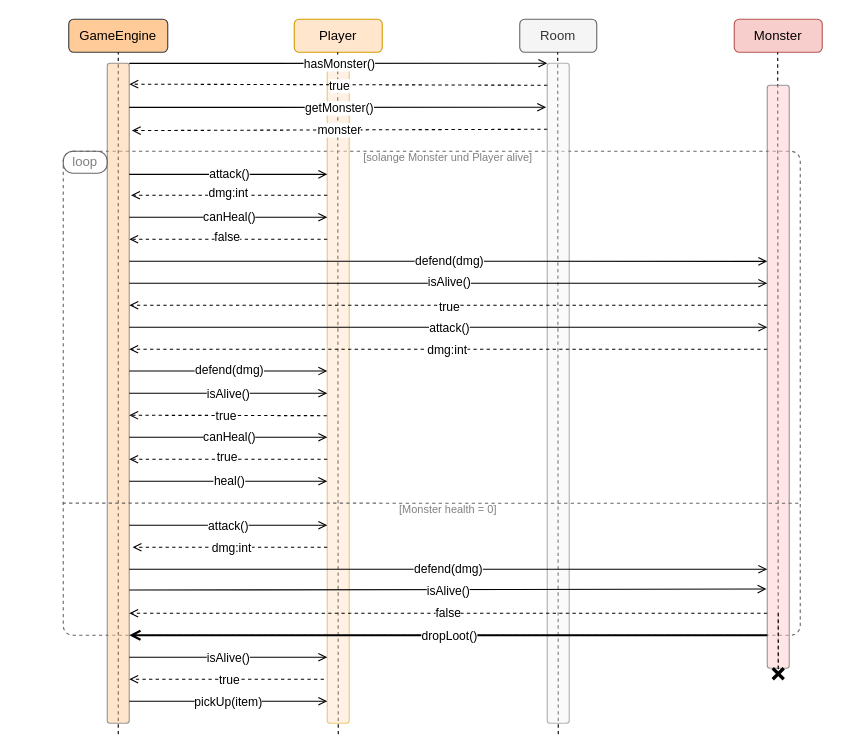
The draw.io diagram Diagrams/DungeonAdventure_KampfSequenzdiagramm.drawio in V1perZerofy/uml_project, before the edit. Source tidied: cells renumbered, new cells numbered last; positions are measured from the earlier drawing's top-left corner, leaving out a move shared by most shapes. Both pictures are drawn from the tidied source at 110%, with x=0, y=0 at pixel (63, 19).
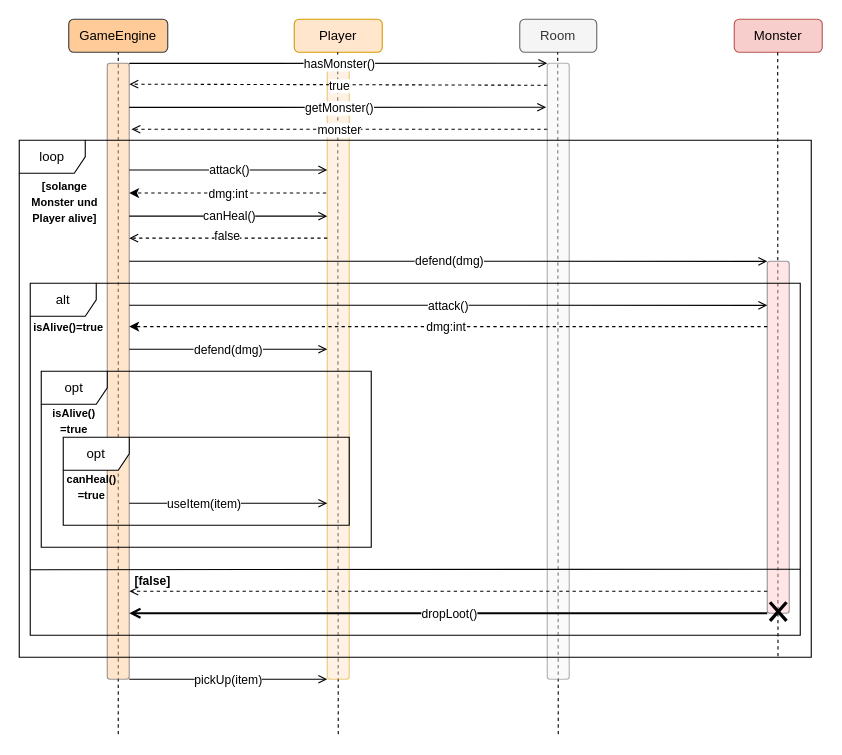
After the change.

Commit message (it also covers changes not shown here):
added Zustandsdiagramm to Diagrams

The edit, as a diff of the source:
```diff
@@
-    <mxCell id="2" style="rounded=1;whiteSpace=wrap;html=1;arcSize=2;dashed=1;fillColor=none;align=left;verticalAlign=top;fontColor=#333333;strokeColor=#666666;" parent="1" vertex="1">
-      <mxGeometry y="120" width="670" height="440" as="geometry" />
-    </mxCell>
@@
-    <mxCell id="10" style="endArrow=none;dashed=1;html=1;rounded=0;entryX=0.5;entryY=1;entryDx=0;entryDy=0;" parent="1" edge="1" source="53">
+    <mxCell id="10" style="endArrow=none;dashed=1;html=1;rounded=0;entryX=0.5;entryY=1;entryDx=0;entryDy=0;exitX=0.958;exitY=0.998;exitDx=0;exitDy=0;exitPerimeter=0;" parent="1" edge="1" source="54">
       <mxGeometry relative="1" as="geometry">
         <mxPoint x="649.5" y="30" as="targetPoint" />
       </mxGeometry>
     </mxCell>
     <mxCell id="11" style="rounded=1;whiteSpace=wrap;html=1;arcSize=12;fillColor=#ffcc99;opacity=50;strokeColor=#36393d;" parent="1" vertex="1">
-      <mxGeometry x="40" y="40" width="20" height="600" as="geometry" />
+      <mxGeometry x="40" y="40" width="20" height="560" as="geometry" />
     </mxCell>
+    <mxCell id="77" style="edgeStyle=none;html=1;dashed=1;" parent="1" edge="1">
+      <mxGeometry relative="1" as="geometry">
+        <mxPoint x="239" y="158" as="sourcePoint" />
+        <mxPoint x="60" y="158" as="targetPoint" />
+      </mxGeometry>
+    </mxCell>
+    <mxCell id="78" value="dmg:int" style="edgeLabel;html=1;align=center;verticalAlign=middle;" parent="77" vertex="1">
+      <mxGeometry x="0.01" relative="1" as="geometry" />
+    </mxCell>
     <mxCell id="12" style="rounded=1;whiteSpace=wrap;html=1;arcSize=12;fillColor=#ffe6cc;opacity=50;strokeColor=#d79b00;" parent="1" vertex="1">
-      <mxGeometry x="240" y="40" width="20" height="600" as="geometry" />
+      <mxGeometry x="240" y="40" width="20" height="560" as="geometry" />
     </mxCell>
     <mxCell id="13" style="rounded=1;whiteSpace=wrap;html=1;arcSize=12;fillColor=#f5f5f5;opacity=50;fontColor=#333333;strokeColor=#666666;" parent="1" vertex="1">
-      <mxGeometry x="440" y="40" width="20" height="600" as="geometry" />
+      <mxGeometry x="440" y="40" width="20" height="560" as="geometry" />
     </mxCell>
     <mxCell id="14" style="rounded=1;whiteSpace=wrap;html=1;arcSize=12;fillColor=#ffcccc;opacity=50;strokeColor=#36393d;" parent="1" vertex="1">
-      <mxGeometry x="640" y="60" width="20" height="530" as="geometry" />
+      <mxGeometry x="640" y="220" width="20" height="320" as="geometry" />
     </mxCell>
@@
-    <mxCell id="17" style="endArrow=open;html=1;rounded=0;entryX=1.118;entryY=0.102;entryDx=0;entryDy=0;entryPerimeter=0;endFill=0;dashed=1;exitX=0;exitY=0.059;exitDx=0;exitDy=0;exitPerimeter=0;" parent="1" edge="1" target="11">
+    <mxCell id="17" style="endArrow=open;html=1;rounded=0;endFill=0;dashed=1;exitX=0;exitY=0.059;exitDx=0;exitDy=0;exitPerimeter=0;" parent="1" edge="1">
       <mxGeometry relative="1" as="geometry">
         <mxPoint x="440" y="100" as="sourcePoint" />
+        <mxPoint x="62" y="100" as="targetPoint" />
       </mxGeometry>
     </mxCell>
@@
-    <mxCell id="19" style="endArrow=open;html=1;rounded=0;exitX=1.004;exitY=0.055;exitDx=0;exitDy=0;exitPerimeter=0;endFill=0;" parent="1" edge="1">
-      <mxGeometry relative="1" as="geometry">
-        <mxPoint x="60" y="460" as="sourcePoint" />
-        <mxPoint x="240" y="460" as="targetPoint" />
-      </mxGeometry>
-    </mxCell>
-    <mxCell id="20" value="attack()" style="edgeLabel;html=1;align=center;verticalAlign=middle;" parent="19" vertex="1">
-      <mxGeometry x="-0.23" relative="1" as="geometry">
-        <mxPoint x="20" as="offset" />
-      </mxGeometry>
-    </mxCell>
-    <mxCell id="21" style="endArrow=open;html=1;rounded=0;entryX=1.141;entryY=0.11;entryDx=0;entryDy=0;entryPerimeter=0;endFill=0;dashed=1;" parent="1" edge="1">
-      <mxGeometry relative="1" as="geometry">
-        <mxPoint x="240" y="480" as="sourcePoint" />
-        <mxPoint x="63" y="480" as="targetPoint" />
-      </mxGeometry>
-    </mxCell>
-    <mxCell id="22" value="dmg:int" style="edgeLabel;html=1;align=center;verticalAlign=middle;" parent="21" vertex="1">
-      <mxGeometry x="0.17" y="-2" relative="1" as="geometry">
-        <mxPoint x="16" y="2" as="offset" />
-      </mxGeometry>
-    </mxCell>
     <mxCell id="23" style="endArrow=open;html=1;rounded=0;exitX=1.004;exitY=0.055;exitDx=0;exitDy=0;exitPerimeter=0;endFill=0;" parent="1" edge="1">
       <mxGeometry relative="1" as="geometry">
-        <mxPoint x="60" y="141" as="sourcePoint" />
-        <mxPoint x="240" y="141" as="targetPoint" />
+        <mxPoint x="60" y="137" as="sourcePoint" />
+        <mxPoint x="240" y="137" as="targetPoint" />
       </mxGeometry>
     </mxCell>
@@
-    <mxCell id="25" style="endArrow=open;html=1;rounded=0;entryX=1.08;entryY=0.2;entryDx=0;entryDy=0;entryPerimeter=0;endFill=0;dashed=1;" parent="1" edge="1" target="11">
-      <mxGeometry relative="1" as="geometry">
-        <mxPoint x="240" y="160" as="sourcePoint" />
-      </mxGeometry>
-    </mxCell>
-    <mxCell id="26" value="dmg:int" style="edgeLabel;html=1;align=center;verticalAlign=middle;" parent="25" vertex="1">
-      <mxGeometry x="0.28" y="-3" relative="1" as="geometry">
-        <mxPoint x="23" as="offset" />
-      </mxGeometry>
-    </mxCell>
@@
-    <mxCell id="29" style="endArrow=open;html=1;rounded=0;entryX=1.141;entryY=0.11;entryDx=0;entryDy=0;entryPerimeter=0;endFill=0;dashed=1;exitX=0.953;exitY=0.381;exitDx=0;exitDy=0;exitPerimeter=0;" parent="1" edge="1">
-      <mxGeometry relative="1" as="geometry">
-        <mxPoint x="640" y="260" as="sourcePoint" />
-        <mxPoint x="60.1" y="260" as="targetPoint" />
-      </mxGeometry>
-    </mxCell>
-    <mxCell id="30" value="true" style="edgeLabel;html=1;align=center;verticalAlign=middle;" parent="29" vertex="1">
-      <mxGeometry x="0.01" y="1" relative="1" as="geometry">
-        <mxPoint x="3" as="offset" />
-      </mxGeometry>
-    </mxCell>
-    <mxCell id="31" style="endArrow=open;html=1;rounded=0;exitX=1.004;exitY=0.055;exitDx=0;exitDy=0;exitPerimeter=0;entryX=0.953;entryY=0.286;entryDx=0;entryDy=0;endFill=0;entryPerimeter=0;" parent="1" edge="1">
-      <mxGeometry relative="1" as="geometry">
-        <mxPoint x="60" y="240" as="sourcePoint" />
-        <mxPoint x="640" y="240" as="targetPoint" />
-      </mxGeometry>
-    </mxCell>
-    <mxCell id="32" value="isAlive()" style="edgeLabel;html=1;align=center;verticalAlign=middle;" parent="31" vertex="1">
-      <mxGeometry x="-0.18" y="2" relative="1" as="geometry">
-        <mxPoint x="52" as="offset" />
-      </mxGeometry>
-    </mxCell>
-    <mxCell id="33" style="endArrow=open;html=1;rounded=0;exitX=1.004;exitY=0.055;exitDx=0;exitDy=0;exitPerimeter=0;entryX=0.953;entryY=0.286;entryDx=0;entryDy=0;endFill=0;entryPerimeter=0;" parent="1" edge="1">
-      <mxGeometry relative="1" as="geometry">
-        <mxPoint x="60" y="280" as="sourcePoint" />
-        <mxPoint x="640" y="280" as="targetPoint" />
-      </mxGeometry>
-    </mxCell>
-    <mxCell id="34" value="attack()" style="edgeLabel;html=1;align=center;verticalAlign=middle;" parent="33" vertex="1">
-      <mxGeometry relative="1" as="geometry" />
-    </mxCell>
-    <mxCell id="35" style="endArrow=open;html=1;rounded=0;entryX=1.141;entryY=0.11;entryDx=0;entryDy=0;entryPerimeter=0;endFill=0;dashed=1;exitX=0.953;exitY=0.381;exitDx=0;exitDy=0;exitPerimeter=0;" parent="1" edge="1">
-      <mxGeometry relative="1" as="geometry">
-        <mxPoint x="639.9" y="300" as="sourcePoint" />
-        <mxPoint x="60" y="300" as="targetPoint" />
-      </mxGeometry>
-    </mxCell>
-    <mxCell id="36" value="dmg:int" style="edgeLabel;html=1;align=center;verticalAlign=middle;" parent="35" vertex="1">
-      <mxGeometry x="0.01" relative="1" as="geometry">
-        <mxPoint x="2" as="offset" />
-      </mxGeometry>
-    </mxCell>
-    <mxCell id="37" style="endArrow=open;html=1;rounded=0;exitX=1.004;exitY=0.055;exitDx=0;exitDy=0;exitPerimeter=0;endFill=0;" parent="1" edge="1">
-      <mxGeometry relative="1" as="geometry">
-        <mxPoint x="60" y="319.8" as="sourcePoint" />
-        <mxPoint x="240" y="319.8" as="targetPoint" />
-      </mxGeometry>
-    </mxCell>
-    <mxCell id="38" value="defend(dmg)" style="edgeLabel;html=1;align=center;verticalAlign=middle;" parent="37" vertex="1">
-      <mxGeometry x="-0.07" y="1" relative="1" as="geometry">
-        <mxPoint x="6" as="offset" />
-      </mxGeometry>
-    </mxCell>
-    <mxCell id="39" style="endArrow=open;html=1;rounded=0;entryX=1.017;entryY=0.508;entryDx=0;entryDy=0;entryPerimeter=0;endFill=0;dashed=1;" parent="1" edge="1">
-      <mxGeometry relative="1" as="geometry">
-        <mxPoint x="239.7" y="360.4" as="sourcePoint" />
-        <mxPoint x="60" y="360" as="targetPoint" />
-      </mxGeometry>
-    </mxCell>
-    <mxCell id="40" value="true" style="edgeLabel;html=1;align=center;verticalAlign=middle;" parent="39" vertex="1">
-      <mxGeometry x="0.09" y="-1" relative="1" as="geometry">
-        <mxPoint x="6" y="1" as="offset" />
-      </mxGeometry>
-    </mxCell>
-    <mxCell id="41" style="endArrow=open;html=1;rounded=0;exitX=1.004;exitY=0.055;exitDx=0;exitDy=0;exitPerimeter=0;endFill=0;" parent="1" edge="1">
-      <mxGeometry relative="1" as="geometry">
-        <mxPoint x="60" y="340" as="sourcePoint" />
-        <mxPoint x="240" y="340" as="targetPoint" />
-      </mxGeometry>
-    </mxCell>
-    <mxCell id="42" value="isAlive()" style="edgeLabel;html=1;align=center;verticalAlign=middle;" parent="41" vertex="1">
-      <mxGeometry x="-0.23" relative="1" as="geometry">
-        <mxPoint x="20" as="offset" />
-      </mxGeometry>
-    </mxCell>
-    <mxCell id="43" style="endArrow=none;dashed=1;html=1;rounded=0;fillColor=#f5f5f5;strokeColor=#666666;exitX=-0.001;exitY=0.727;exitDx=0;exitDy=0;exitPerimeter=0;" parent="1" edge="1" source="2">
-      <mxGeometry relative="1" as="geometry">
-        <mxPoint x="670" y="440" as="targetPoint" />
-      </mxGeometry>
-    </mxCell>
-    <mxCell id="44" style="endArrow=open;html=1;rounded=0;exitX=1.004;exitY=0.055;exitDx=0;exitDy=0;exitPerimeter=0;endFill=0;" parent="1" edge="1">
-      <mxGeometry relative="1" as="geometry">
-        <mxPoint x="60" y="500" as="sourcePoint" />
-        <mxPoint x="640" y="500" as="targetPoint" />
-      </mxGeometry>
-    </mxCell>
-    <mxCell id="45" value="defend(dmg)" style="edgeLabel;html=1;align=center;verticalAlign=middle;" parent="44" vertex="1">
-      <mxGeometry x="-0.08" y="1" relative="1" as="geometry">
-        <mxPoint x="22" as="offset" />
-      </mxGeometry>
-    </mxCell>
-    <mxCell id="46" style="endArrow=open;html=1;rounded=0;exitX=1.004;exitY=0.055;exitDx=0;exitDy=0;exitPerimeter=0;endFill=0;entryX=-0.036;entryY=0.798;entryDx=0;entryDy=0;entryPerimeter=0;" parent="1" edge="1">
-      <mxGeometry relative="1" as="geometry">
-        <mxPoint x="60" y="518.9" as="sourcePoint" />
-        <mxPoint x="639.3" y="518" as="targetPoint" />
-      </mxGeometry>
-    </mxCell>
-    <mxCell id="47" value="isAlive()" style="edgeLabel;html=1;align=center;verticalAlign=middle;" parent="46" vertex="1">
-      <mxGeometry x="-0.04" y="-1" relative="1" as="geometry">
-        <mxPoint x="11" as="offset" />
-      </mxGeometry>
-    </mxCell>
-    <mxCell id="48" style="endArrow=open;html=1;rounded=0;entryX=1.141;entryY=0.11;entryDx=0;entryDy=0;entryPerimeter=0;endFill=0;dashed=1;exitX=0.953;exitY=0.381;exitDx=0;exitDy=0;exitPerimeter=0;" parent="1" edge="1">
-      <mxGeometry relative="1" as="geometry">
-        <mxPoint x="639.9" y="540" as="sourcePoint" />
-        <mxPoint x="60" y="540" as="targetPoint" />
-      </mxGeometry>
-    </mxCell>
-    <mxCell id="49" value="false" style="edgeLabel;html=1;align=center;verticalAlign=middle;" parent="48" vertex="1">
-      <mxGeometry x="0.05" y="-1" relative="1" as="geometry">
-        <mxPoint x="14" as="offset" />
-      </mxGeometry>
-    </mxCell>
-    <mxCell id="50" style="endArrow=none;html=1;rounded=0;exitX=1.004;exitY=0.055;exitDx=0;exitDy=0;exitPerimeter=0;endFill=0;startArrow=open;startFill=0;strokeWidth=2;" parent="1" edge="1">
+    <mxCell id="50" style="endArrow=none;html=1;rounded=0;endFill=0;startArrow=open;startFill=0;strokeWidth=2;" parent="1" edge="1">
       <mxGeometry relative="1" as="geometry">
-        <mxPoint x="60" y="560" as="sourcePoint" />
-        <mxPoint x="640" y="560" as="targetPoint" />
+        <mxPoint x="60" y="540" as="sourcePoint" />
+        <mxPoint x="640" y="540" as="targetPoint" />
       </mxGeometry>
     </mxCell>
@@
-    <mxCell id="52" style="endArrow=none;dashed=1;html=1;rounded=0;entryX=0.5;entryY=1;entryDx=0;entryDy=0;" parent="1" edge="1" target="53">
-      <mxGeometry relative="1" as="geometry">
-        <mxPoint x="650" y="540" as="sourcePoint" />
-      </mxGeometry>
-    </mxCell>
     <mxCell id="53" style="shape=umlDestroy;whiteSpace=wrap;html=1;strokeWidth=3;targetShapes=umlLifeline;" parent="1" vertex="1">
-      <mxGeometry x="645" y="590" width="10" height="10" as="geometry" />
+      <mxGeometry x="642.5" y="530" width="15" height="17" as="geometry" />
     </mxCell>
-    <mxCell id="54" value="&lt;font style=&quot;color: rgb(128, 128, 128);&quot;&gt;loop&lt;/font&gt;" style="rounded=1;whiteSpace=wrap;html=1;fillColor=none;fontColor=#333333;strokeColor=#666666;arcSize=43;perimeterSpacing=0;" parent="1" vertex="1">
-      <mxGeometry y="120" width="40" height="20" as="geometry" />
-    </mxCell>
-    <mxCell id="55" value="&lt;font style=&quot;font-size: 10px; color: rgb(128, 128, 128);&quot;&gt;[solange Monster und Player alive]&lt;/font&gt;" style="text;html=1;whiteSpace=wrap;strokeColor=none;fillColor=none;align=center;verticalAlign=middle;rounded=0;" parent="1" vertex="1">
-      <mxGeometry x="270" y="120" width="160" height="10" as="geometry" />
+    <mxCell id="55" value="&lt;font style=&quot;color: rgb(0, 0, 0); font-size: 10px;&quot;&gt;&lt;b style=&quot;&quot;&gt;[solange Monster und Player alive]&lt;/b&gt;&lt;/font&gt;" style="text;html=1;whiteSpace=wrap;strokeColor=none;fillColor=none;align=center;verticalAlign=middle;rounded=0;" parent="1" vertex="1">
+      <mxGeometry x="-37" y="142" width="77" height="48" as="geometry" />
     </mxCell>
-    <mxCell id="56" value="&lt;font style=&quot;font-size: 10px; color: rgb(128, 128, 128);&quot;&gt;[Monster health = 0]&lt;/font&gt;" style="text;html=1;whiteSpace=wrap;strokeColor=none;fillColor=none;align=center;verticalAlign=middle;rounded=0;" parent="1" vertex="1">
-      <mxGeometry x="300" y="440" width="100" height="10" as="geometry" />
-    </mxCell>
     <mxCell id="57" style="endArrow=open;html=1;rounded=0;exitX=1.004;exitY=0.055;exitDx=0;exitDy=0;exitPerimeter=0;endFill=0;" parent="1" edge="1">
       <mxGeometry relative="1" as="geometry">
-        <mxPoint x="60" y="620" as="sourcePoint" />
-        <mxPoint x="240" y="620" as="targetPoint" />
+        <mxPoint x="60" y="600" as="sourcePoint" />
+        <mxPoint x="240" y="600" as="targetPoint" />
       </mxGeometry>
     </mxCell>
@@
-    <mxCell id="59" style="endArrow=open;html=1;rounded=0;exitX=1.004;exitY=0.055;exitDx=0;exitDy=0;exitPerimeter=0;endFill=0;" parent="1" edge="1">
-      <mxGeometry relative="1" as="geometry">
-        <mxPoint x="60" y="580" as="sourcePoint" />
-        <mxPoint x="240" y="580" as="targetPoint" />
-      </mxGeometry>
-    </mxCell>
-    <mxCell id="60" value="isAlive()" style="edgeLabel;html=1;align=center;verticalAlign=middle;" parent="59" vertex="1">
-      <mxGeometry x="-0.23" relative="1" as="geometry">
-        <mxPoint x="20" as="offset" />
-      </mxGeometry>
-    </mxCell>
-    <mxCell id="61" style="endArrow=open;html=1;rounded=0;entryX=1.141;entryY=0.11;entryDx=0;entryDy=0;entryPerimeter=0;endFill=0;dashed=1;" parent="1" edge="1">
-      <mxGeometry relative="1" as="geometry">
-        <mxPoint x="237" y="600" as="sourcePoint" />
-        <mxPoint x="60" y="600" as="targetPoint" />
-      </mxGeometry>
-    </mxCell>
-    <mxCell id="62" value="true" style="edgeLabel;html=1;align=center;verticalAlign=middle;" parent="61" vertex="1">
-      <mxGeometry x="0.09" y="-1" relative="1" as="geometry">
-        <mxPoint x="9" y="1" as="offset" />
-      </mxGeometry>
-    </mxCell>
@@
     <mxCell id="65" style="endArrow=open;html=1;rounded=0;exitX=1.004;exitY=0.055;exitDx=0;exitDy=0;exitPerimeter=0;endFill=0;" parent="1" edge="1">
       <mxGeometry relative="1" as="geometry">
-        <mxPoint x="60" y="180" as="sourcePoint" />
-        <mxPoint x="240" y="180" as="targetPoint" />
+        <mxPoint x="60" y="179" as="sourcePoint" />
+        <mxPoint x="240" y="179" as="targetPoint" />
       </mxGeometry>
     </mxCell>
@@
     <mxCell id="67" style="endArrow=open;html=1;rounded=0;entryX=0.989;entryY=0.218;entryDx=0;entryDy=0;entryPerimeter=0;endFill=0;dashed=1;" parent="1" edge="1">
       <mxGeometry relative="1" as="geometry">
-        <mxPoint x="240" y="200" as="sourcePoint" />
-        <mxPoint x="60" y="200" as="targetPoint" />
+        <mxPoint x="240" y="199" as="sourcePoint" />
+        <mxPoint x="60" y="199" as="targetPoint" />
       </mxGeometry>
     </mxCell>
@@
-    <mxCell id="69" style="endArrow=open;html=1;rounded=0;exitX=1.004;exitY=0.055;exitDx=0;exitDy=0;exitPerimeter=0;endFill=0;" parent="1" edge="1">
-      <mxGeometry relative="1" as="geometry">
-        <mxPoint x="60" y="380" as="sourcePoint" />
-        <mxPoint x="240" y="380" as="targetPoint" />
-      </mxGeometry>
-    </mxCell>
-    <mxCell id="70" value="canHeal()" style="edgeLabel;html=1;align=center;verticalAlign=middle;" parent="69" vertex="1">
-      <mxGeometry x="-0.28" y="1" relative="1" as="geometry">
-        <mxPoint x="25" as="offset" />
-      </mxGeometry>
-    </mxCell>
-    <mxCell id="71" style="endArrow=open;html=1;rounded=0;entryX=0.989;entryY=0.218;entryDx=0;entryDy=0;entryPerimeter=0;endFill=0;dashed=1;" parent="1" edge="1">
-      <mxGeometry relative="1" as="geometry">
-        <mxPoint x="240" y="400" as="sourcePoint" />
-        <mxPoint x="60" y="400" as="targetPoint" />
-      </mxGeometry>
-    </mxCell>
-    <mxCell id="72" value="true" style="edgeLabel;html=1;align=center;verticalAlign=middle;" parent="71" vertex="1">
-      <mxGeometry x="0.28" y="-3" relative="1" as="geometry">
-        <mxPoint x="23" as="offset" />
-      </mxGeometry>
-    </mxCell>
-    <mxCell id="73" style="endArrow=open;html=1;rounded=0;exitX=1.004;exitY=0.055;exitDx=0;exitDy=0;exitPerimeter=0;endFill=0;" parent="1" edge="1">
-      <mxGeometry relative="1" as="geometry">
-        <mxPoint x="60" y="420" as="sourcePoint" />
-        <mxPoint x="240" y="420" as="targetPoint" />
-      </mxGeometry>
-    </mxCell>
-    <mxCell id="74" value="heal()" style="edgeLabel;html=1;align=center;verticalAlign=middle;" parent="73" vertex="1">
-      <mxGeometry x="-0.28" y="1" relative="1" as="geometry">
-        <mxPoint x="25" as="offset" />
-      </mxGeometry>
-    </mxCell>
@@
+    <mxCell id="79" value="alt" style="shape=umlFrame;whiteSpace=wrap;html=1;" parent="1" vertex="1">
+      <mxGeometry x="-30" y="240" width="700" height="320" as="geometry" />
+    </mxCell>
+    <mxCell id="54" value="loop" style="shape=umlFrame;whiteSpace=wrap;html=1;" parent="1" vertex="1">
+      <mxGeometry x="-40" y="110" width="720" height="470" as="geometry" />
+    </mxCell>
+    <mxCell id="80" style="endArrow=open;html=1;rounded=0;entryX=1.141;entryY=0.11;entryDx=0;entryDy=0;entryPerimeter=0;endFill=0;dashed=1;exitX=0.953;exitY=0.381;exitDx=0;exitDy=0;exitPerimeter=0;" parent="1" edge="1">
+      <mxGeometry relative="1" as="geometry">
+        <mxPoint x="640" y="520" as="sourcePoint" />
+        <mxPoint x="60.1" y="520" as="targetPoint" />
+      </mxGeometry>
+    </mxCell>
+    <mxCell id="81" value="&lt;b&gt;[false]&lt;/b&gt;" style="edgeLabel;html=1;align=center;verticalAlign=middle;" parent="80" vertex="1">
+      <mxGeometry x="0.96" relative="1" as="geometry">
+        <mxPoint x="8" y="-10" as="offset" />
+      </mxGeometry>
+    </mxCell>
+    <mxCell id="82" style="endArrow=none;html=1;" parent="1" edge="1">
+      <mxGeometry relative="1" as="geometry">
+        <mxPoint x="-30" y="500.4" as="sourcePoint" />
+        <mxPoint x="670" y="500" as="targetPoint" />
+      </mxGeometry>
+    </mxCell>
+    <mxCell id="83" value="&lt;b&gt;&lt;font style=&quot;font-size: 10px;&quot;&gt;isAlive()=true&lt;/font&gt;&lt;/b&gt;" style="text;html=1;align=center;verticalAlign=middle;whiteSpace=wrap;rounded=0;" parent="1" vertex="1">
+      <mxGeometry x="-30" y="270" width="70" height="20" as="geometry" />
+    </mxCell>
+    <mxCell id="84" style="endArrow=open;html=1;rounded=0;exitX=1.004;exitY=0.055;exitDx=0;exitDy=0;exitPerimeter=0;endFill=0;" parent="1" edge="1">
+      <mxGeometry relative="1" as="geometry">
+        <mxPoint x="60" y="260" as="sourcePoint" />
+        <mxPoint x="640" y="260.1" as="targetPoint" />
+      </mxGeometry>
+    </mxCell>
+    <mxCell id="85" value="attack()" style="edgeLabel;html=1;align=center;verticalAlign=middle;" parent="84" vertex="1">
+      <mxGeometry relative="1" as="geometry" />
+    </mxCell>
+    <mxCell id="86" style="edgeStyle=none;html=1;entryX=1;entryY=0.25;entryDx=0;entryDy=0;dashed=1;" parent="1" edge="1">
+      <mxGeometry relative="1" as="geometry">
+        <mxPoint x="640" y="279.4" as="sourcePoint" />
+        <mxPoint x="60" y="279.4" as="targetPoint" />
+      </mxGeometry>
+    </mxCell>
+    <mxCell id="87" value="dmg:int" style="edgeLabel;html=1;align=center;verticalAlign=middle;" parent="86" vertex="1">
+      <mxGeometry x="0.01" relative="1" as="geometry" />
+    </mxCell>
+    <mxCell id="88" style="endArrow=open;html=1;rounded=0;exitX=1.004;exitY=0.055;exitDx=0;exitDy=0;exitPerimeter=0;endFill=0;" parent="1" edge="1">
+      <mxGeometry relative="1" as="geometry">
+        <mxPoint x="60" y="300" as="sourcePoint" />
+        <mxPoint x="240" y="300" as="targetPoint" />
+      </mxGeometry>
+    </mxCell>
+    <mxCell id="89" value="defend(dmg)" style="edgeLabel;html=1;align=center;verticalAlign=middle;" parent="88" vertex="1">
+      <mxGeometry x="-0.01" relative="1" as="geometry" />
+    </mxCell>
+    <mxCell id="90" style="group;" parent="1" vertex="1">
+      <mxGeometry x="-20" y="320" width="310" height="160" as="geometry" />
+    </mxCell>
+    <mxCell id="91" value="opt" style="shape=umlFrame;whiteSpace=wrap;html=1;" parent="90" vertex="1">
+      <mxGeometry width="300" height="160" as="geometry" />
+    </mxCell>
+    <mxCell id="92" value="&lt;span style=&quot;font-size: 10px;&quot;&gt;&lt;b&gt;isAlive()&lt;/b&gt;&lt;/span&gt;&lt;div&gt;&lt;span style=&quot;font-size: 10px;&quot;&gt;&lt;b&gt;=true&lt;/b&gt;&lt;/span&gt;&lt;/div&gt;" style="text;html=1;align=center;verticalAlign=middle;whiteSpace=wrap;rounded=0;" parent="90" vertex="1">
+      <mxGeometry y="30" width="60" height="30" as="geometry" />
+    </mxCell>
+    <mxCell id="93" style="group;" parent="90" vertex="1">
+      <mxGeometry x="20" y="60" width="260" height="80" as="geometry" />
+    </mxCell>
+    <mxCell id="19" style="endArrow=open;html=1;rounded=0;endFill=0;" parent="93" edge="1">
+      <mxGeometry relative="1" as="geometry">
+        <mxPoint x="60" y="60" as="sourcePoint" />
+        <mxPoint x="240" y="60" as="targetPoint" />
+      </mxGeometry>
+    </mxCell>
+    <mxCell id="94" value="useItem(item)" style="edgeLabel;html=1;align=center;verticalAlign=middle;" parent="19" vertex="1">
+      <mxGeometry x="-0.26" relative="1" as="geometry" />
+    </mxCell>
+    <mxCell id="95" value="opt" style="shape=umlFrame;whiteSpace=wrap;html=1;" parent="93" vertex="1">
+      <mxGeometry width="260" height="80" as="geometry" />
+    </mxCell>
+    <mxCell id="96" value="&lt;b&gt;&lt;font style=&quot;font-size: 10px;&quot;&gt;canHeal()&lt;/font&gt;&lt;/b&gt;&lt;div&gt;&lt;b&gt;&lt;font style=&quot;font-size: 10px;&quot;&gt;=true&lt;/font&gt;&lt;/b&gt;&lt;/div&gt;" style="text;html=1;align=center;verticalAlign=middle;whiteSpace=wrap;rounded=0;" parent="93" vertex="1">
+      <mxGeometry y="30" width="52" height="30" as="geometry" />
+    </mxCell>
```
